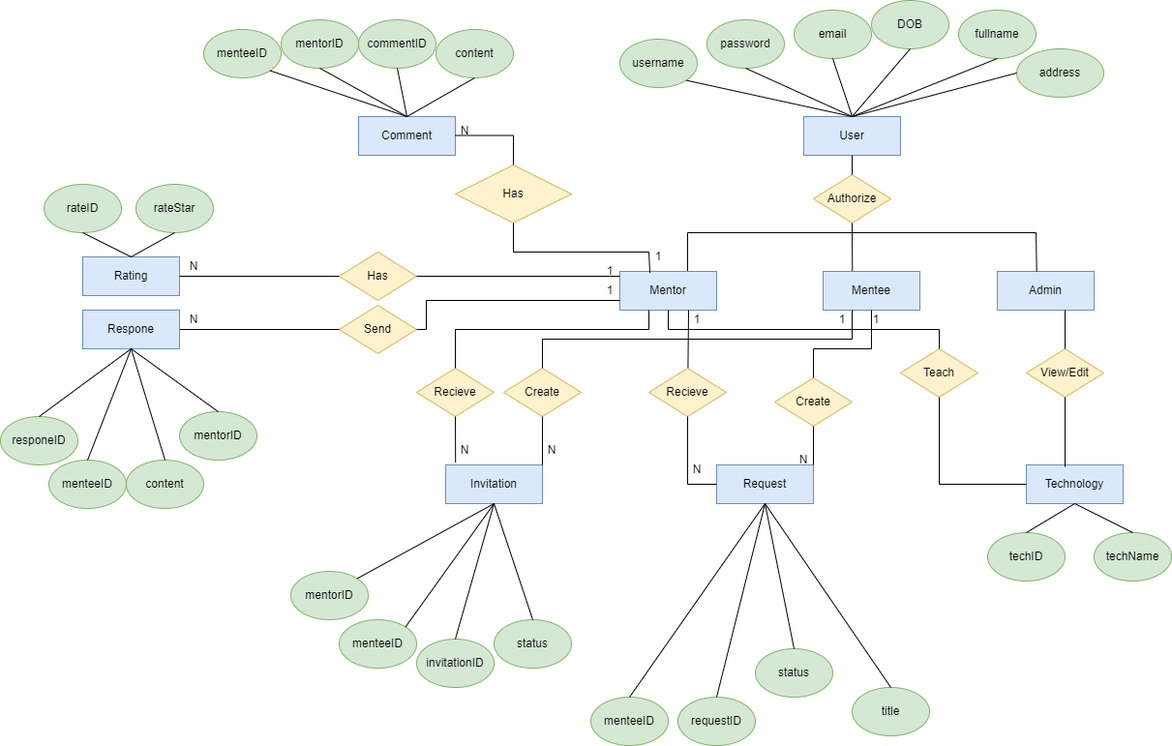
The draw.io diagram ERD.drawio.png in dungdt23/SWP391_Document, before a commit. Source tidied: cells renumbered, new cells last; positions are measured from the earlier drawing's top-left corner, leaving out a move shared by most shapes.
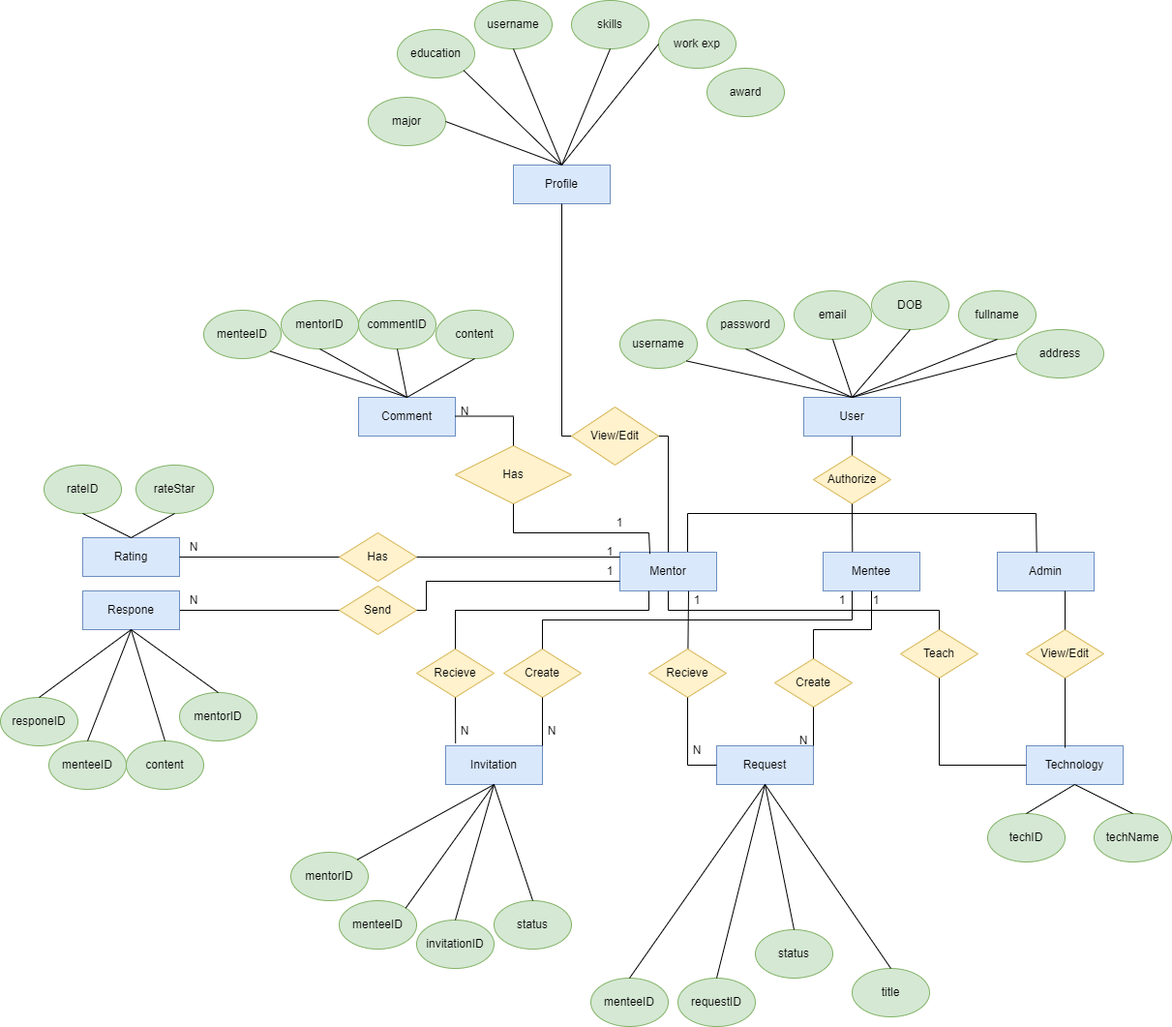
After the commit.

Diff of the diagram source:
```diff
@@ -289,7 +289,7 @@
       <mxGeometry x="450" y="120" width="60" height="30" as="geometry" />
     </mxCell>
     <mxCell id="77" value="1" style="text;html=1;strokeColor=none;fillColor=none;align=center;verticalAlign=middle;whiteSpace=wrap;rounded=0;" parent="1" vertex="1">
-      <mxGeometry x="650" y="250" width="60" height="30" as="geometry" />
+      <mxGeometry x="610" y="235" width="60" height="30" as="geometry" />
     </mxCell>
     <mxCell id="78" value="N" style="text;html=1;strokeColor=none;fillColor=none;align=center;verticalAlign=middle;whiteSpace=wrap;rounded=0;" parent="1" vertex="1">
       <mxGeometry x="170" y="260" width="60" height="30" as="geometry" />
@@ -455,5 +455,60 @@
     <mxCell id="126" value="1" style="text;html=1;strokeColor=none;fillColor=none;align=center;verticalAlign=middle;whiteSpace=wrap;rounded=0;" parent="1" vertex="1">
       <mxGeometry x="600" y="285" width="60" height="30" as="geometry" />
     </mxCell>
+    <mxCell id="127" value="Profile" style="whiteSpace=wrap;html=1;align=center;fillColor=#dae8fc;strokeColor=#6c8ebf;" parent="1" vertex="1">
+      <mxGeometry x="530" y="-120" width="100" height="40" as="geometry" />
+    </mxCell>
+    <mxCell id="128" style="endArrow=none;html=1;rounded=0;entryX=0.5;entryY=1;entryDx=0;entryDy=0;" parent="1" edge="1" target="127">
+      <mxGeometry relative="1" as="geometry">
+        <mxPoint x="580" y="160" as="sourcePoint" />
+      </mxGeometry>
+    </mxCell>
+    <mxCell id="129" style="endArrow=none;html=1;rounded=0;" parent="1" edge="1">
+      <mxGeometry relative="1" as="geometry">
+        <mxPoint x="580" y="160" as="sourcePoint" />
+        <mxPoint x="690" y="160" as="targetPoint" />
+      </mxGeometry>
+    </mxCell>
+    <mxCell id="130" style="endArrow=none;html=1;rounded=0;exitX=0.5;exitY=0;exitDx=0;exitDy=0;" parent="1" edge="1" source="14">
+      <mxGeometry relative="1" as="geometry">
+        <mxPoint x="690" y="160" as="targetPoint" />
+      </mxGeometry>
+    </mxCell>
+    <mxCell id="131" value="View/Edit" style="shape=rhombus;perimeter=rhombusPerimeter;whiteSpace=wrap;html=1;align=center;fillColor=#fff2cc;strokeColor=#d6b656;" parent="1" vertex="1">
+      <mxGeometry x="590" y="130" width="90" height="60" as="geometry" />
+    </mxCell>
+    <mxCell id="132" value="major" style="ellipse;whiteSpace=wrap;html=1;align=center;fillColor=#d5e8d4;strokeColor=#82b366;" parent="1" vertex="1">
+      <mxGeometry x="380" y="-190" width="80" height="50" as="geometry" />
+    </mxCell>
+    <mxCell id="133" value="education" style="ellipse;whiteSpace=wrap;html=1;align=center;fillColor=#d5e8d4;strokeColor=#82b366;" parent="1" vertex="1">
+      <mxGeometry x="410" y="-260" width="80" height="50" as="geometry" />
+    </mxCell>
+    <mxCell id="134" value="username" style="ellipse;whiteSpace=wrap;html=1;align=center;fillColor=#d5e8d4;strokeColor=#82b366;" parent="1" vertex="1">
+      <mxGeometry x="490" y="-290" width="80" height="50" as="geometry" />
+    </mxCell>
+    <mxCell id="135" value="work exp" style="ellipse;whiteSpace=wrap;html=1;align=center;fillColor=#d5e8d4;strokeColor=#82b366;" parent="1" vertex="1">
+      <mxGeometry x="680" y="-270" width="80" height="50" as="geometry" />
+    </mxCell>
+    <mxCell id="136" value="skills" style="ellipse;whiteSpace=wrap;html=1;align=center;fillColor=#d5e8d4;strokeColor=#82b366;" parent="1" vertex="1">
+      <mxGeometry x="590" y="-290" width="80" height="50" as="geometry" />
+    </mxCell>
+    <mxCell id="137" style="endArrow=none;html=1;rounded=0;entryX=0.5;entryY=1;entryDx=0;entryDy=0;exitX=0.5;exitY=0;exitDx=0;exitDy=0;" parent="1" edge="1" source="127" target="134">
+      <mxGeometry relative="1" as="geometry" />
+    </mxCell>
+    <mxCell id="138" style="endArrow=none;html=1;rounded=0;entryX=0.5;entryY=1;entryDx=0;entryDy=0;exitX=0.5;exitY=0;exitDx=0;exitDy=0;" parent="1" edge="1" source="127" target="136">
+      <mxGeometry relative="1" as="geometry" />
+    </mxCell>
+    <mxCell id="139" style="endArrow=none;html=1;rounded=0;entryX=0;entryY=0.5;entryDx=0;entryDy=0;exitX=0.5;exitY=0;exitDx=0;exitDy=0;" parent="1" edge="1" source="127" target="135">
+      <mxGeometry relative="1" as="geometry" />
+    </mxCell>
+    <mxCell id="140" value="award" style="ellipse;whiteSpace=wrap;html=1;align=center;fillColor=#d5e8d4;strokeColor=#82b366;" parent="1" vertex="1">
+      <mxGeometry x="730" y="-220" width="80" height="50" as="geometry" />
+    </mxCell>
+    <mxCell id="141" style="endArrow=none;html=1;rounded=0;entryX=1;entryY=1;entryDx=0;entryDy=0;exitX=0.5;exitY=0;exitDx=0;exitDy=0;" parent="1" edge="1" source="127" target="133">
+      <mxGeometry relative="1" as="geometry" />
+    </mxCell>
+    <mxCell id="142" style="endArrow=none;html=1;rounded=0;entryX=1;entryY=0.5;entryDx=0;entryDy=0;exitX=0.5;exitY=0;exitDx=0;exitDy=0;" parent="1" edge="1" source="127" target="132">
+      <mxGeometry relative="1" as="geometry" />
+    </mxCell>
   </root>
 </mxGraphModel>
```
